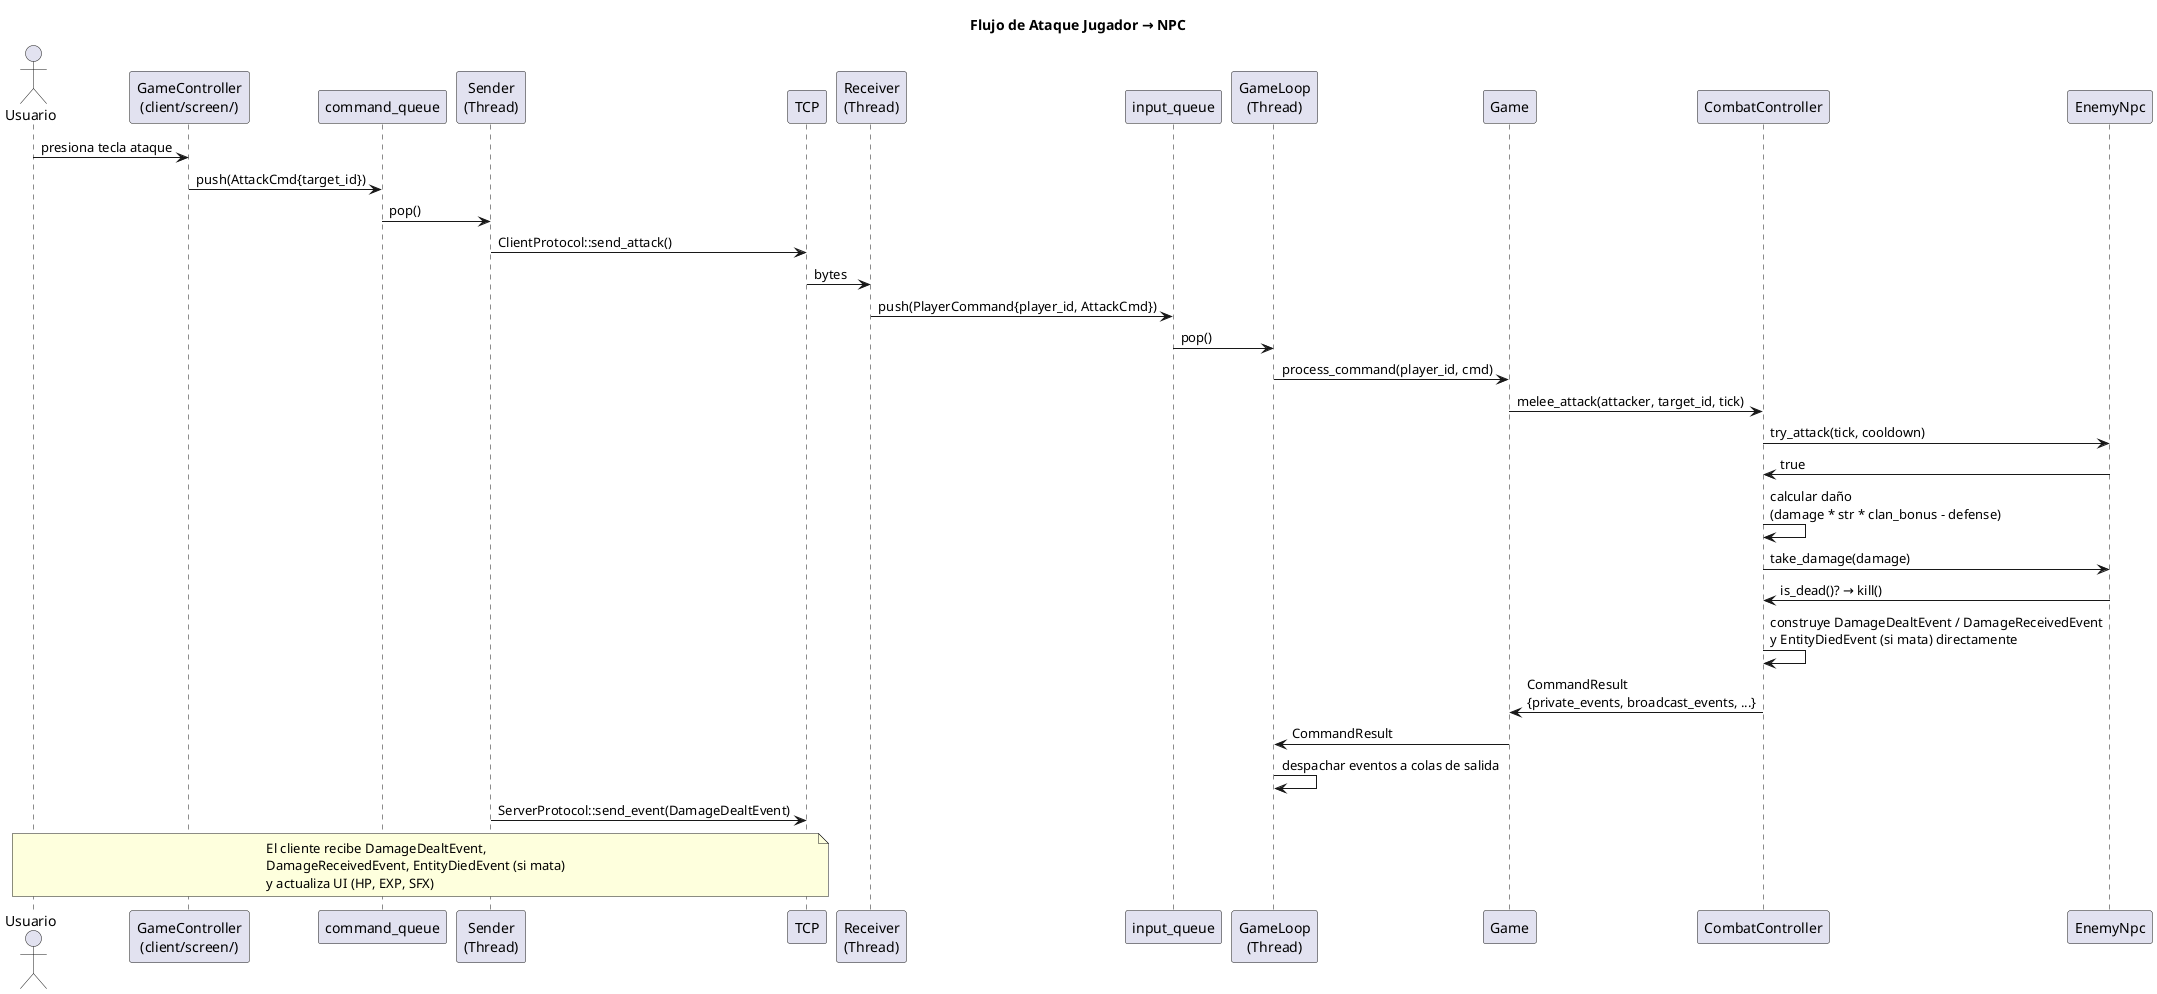
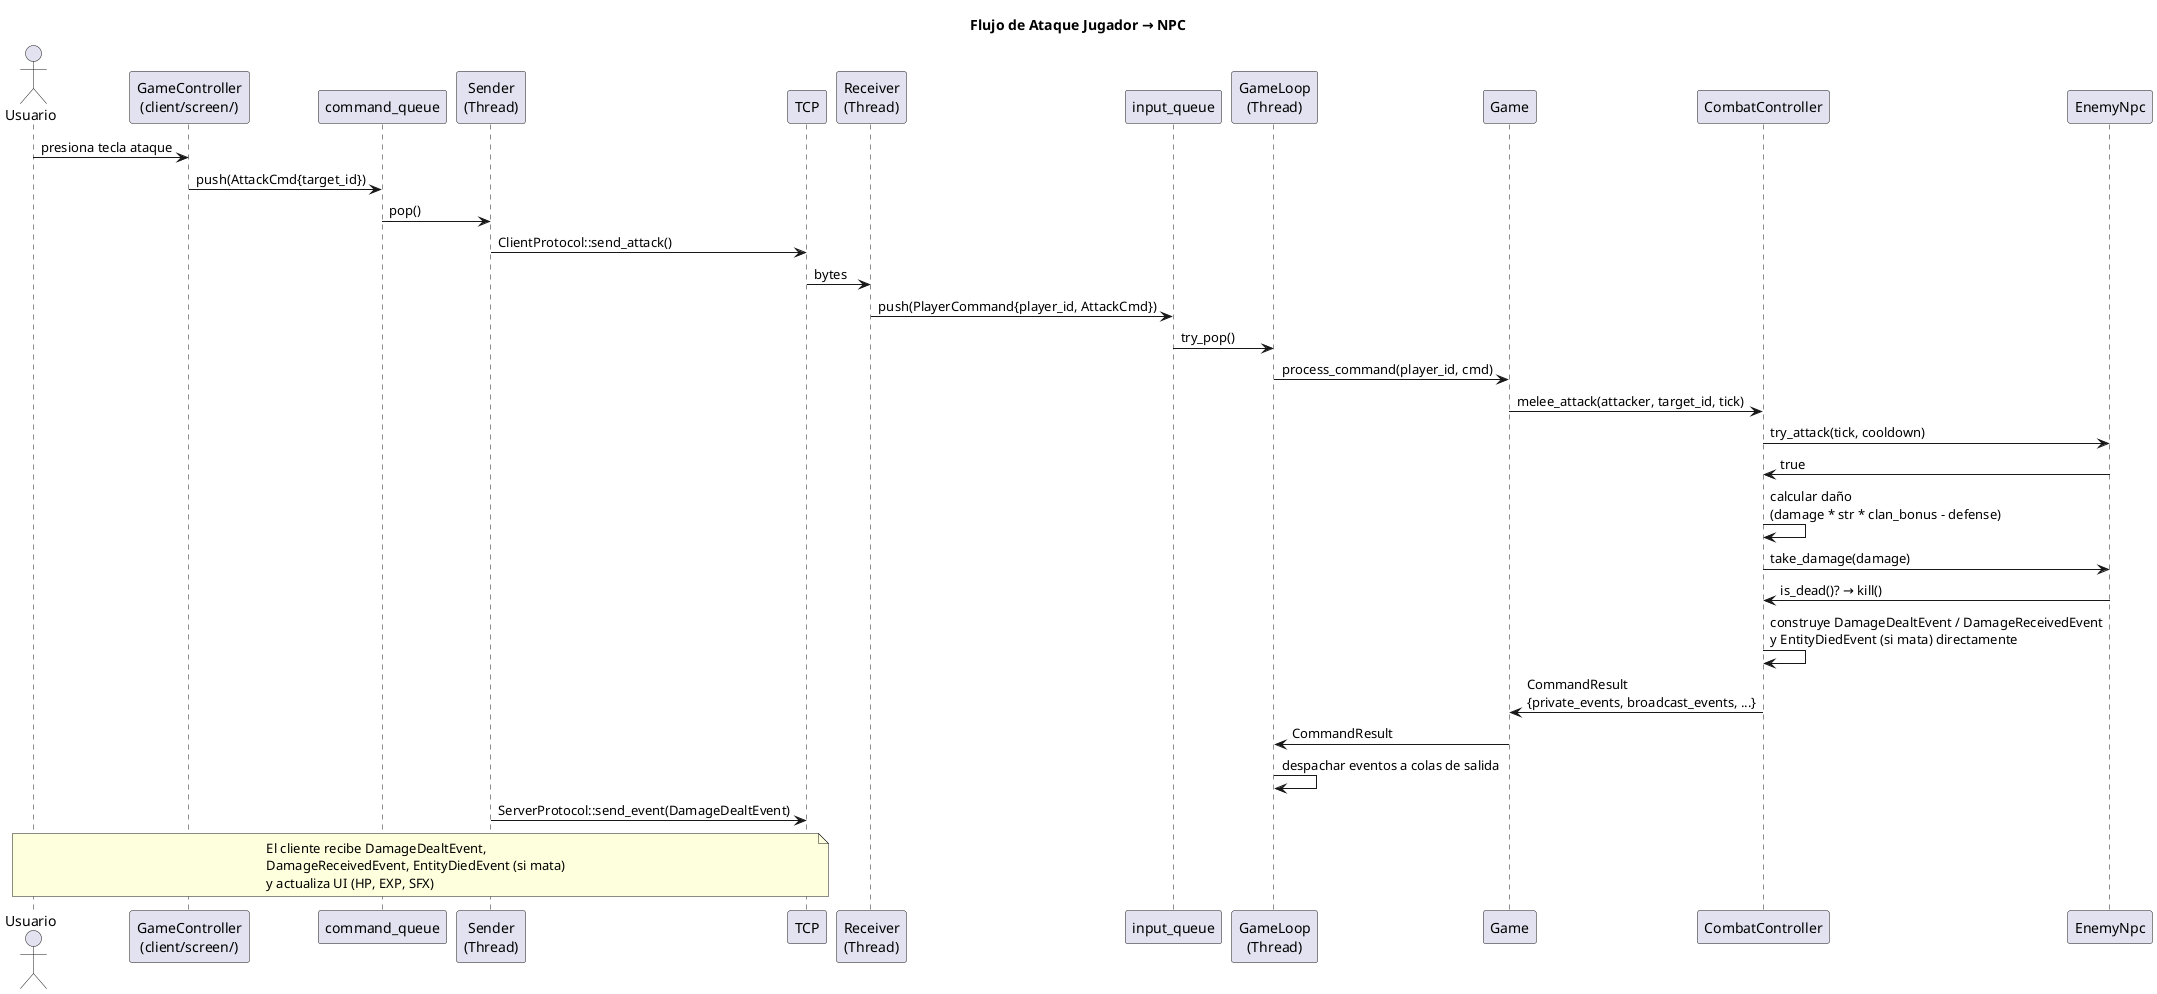
@startuml
title Flujo de Ataque Jugador → NPC

actor Usuario
participant "GameController\n(client/screen/)" as GC
participant "command_queue" as CQ
participant "Sender\n(Thread)" as S
participant TCP
participant "Receiver\n(Thread)" as R
participant "input_queue" as IQ
participant "GameLoop\n(Thread)" as GL
participant Game
participant CombatController as CC
participant EnemyNpc as NPC

Usuario -> GC: presiona tecla ataque
GC -> CQ: push(AttackCmd{target_id})
CQ -> S: pop()
S -> TCP: ClientProtocol::send_attack()
TCP -> R: bytes
R -> IQ: push(PlayerCommand{player_id, AttackCmd})
- IQ -> GL: pop()
+ IQ -> GL: try_pop()
GL -> Game: process_command(player_id, cmd)
Game -> CC: melee_attack(attacker, target_id, tick)
CC -> NPC: try_attack(tick, cooldown)
NPC -> CC: true
CC -> CC: calcular daño\n(damage * str * clan_bonus - defense)
CC -> NPC: take_damage(damage)
NPC -> CC: is_dead()? → kill()
CC -> CC: construye DamageDealtEvent / DamageReceivedEvent\ny EntityDiedEvent (si mata) directamente
CC -> Game: CommandResult\n{private_events, broadcast_events, ...}
Game -> GL: CommandResult
GL -> GL: despachar eventos a colas de salida
S -> TCP: ServerProtocol::send_event(DamageDealtEvent)

note over Usuario, TCP
  El cliente recibe DamageDealtEvent,
  DamageReceivedEvent, EntityDiedEvent (si mata)
  y actualiza UI (HP, EXP, SFX)
end note
@enduml